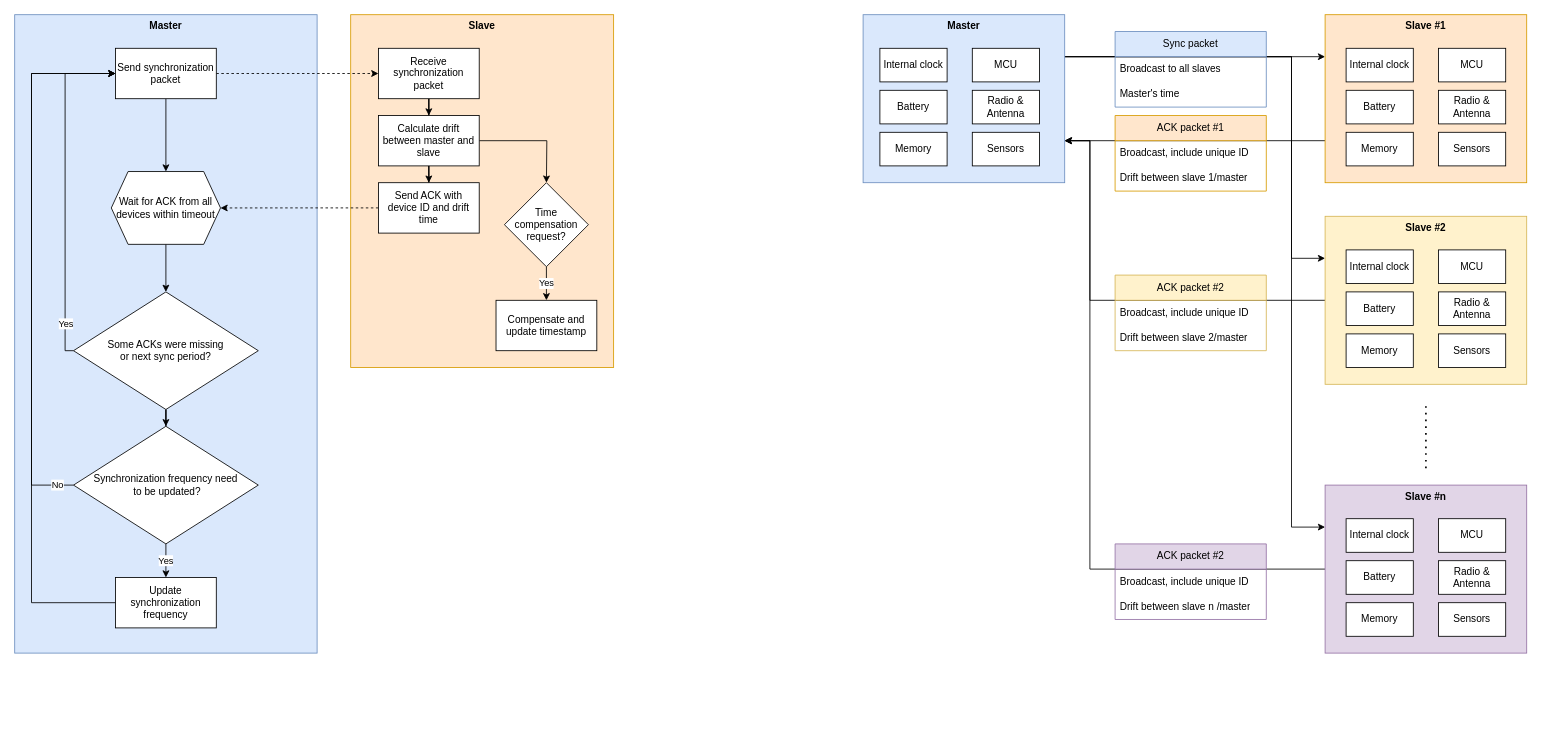
Above: Sync_Flowchart.drawio in marsukhongduoi/drawio_files (draw.io), before the change. Source tidied: cells renumbered, new cells numbered last; positions are measured from the earlier drawing's top-left corner, leaving out a move shared by most shapes. Both pictures are drawn from the tidied source at 84%, with x=0, y=0 at pixel (14, 14).
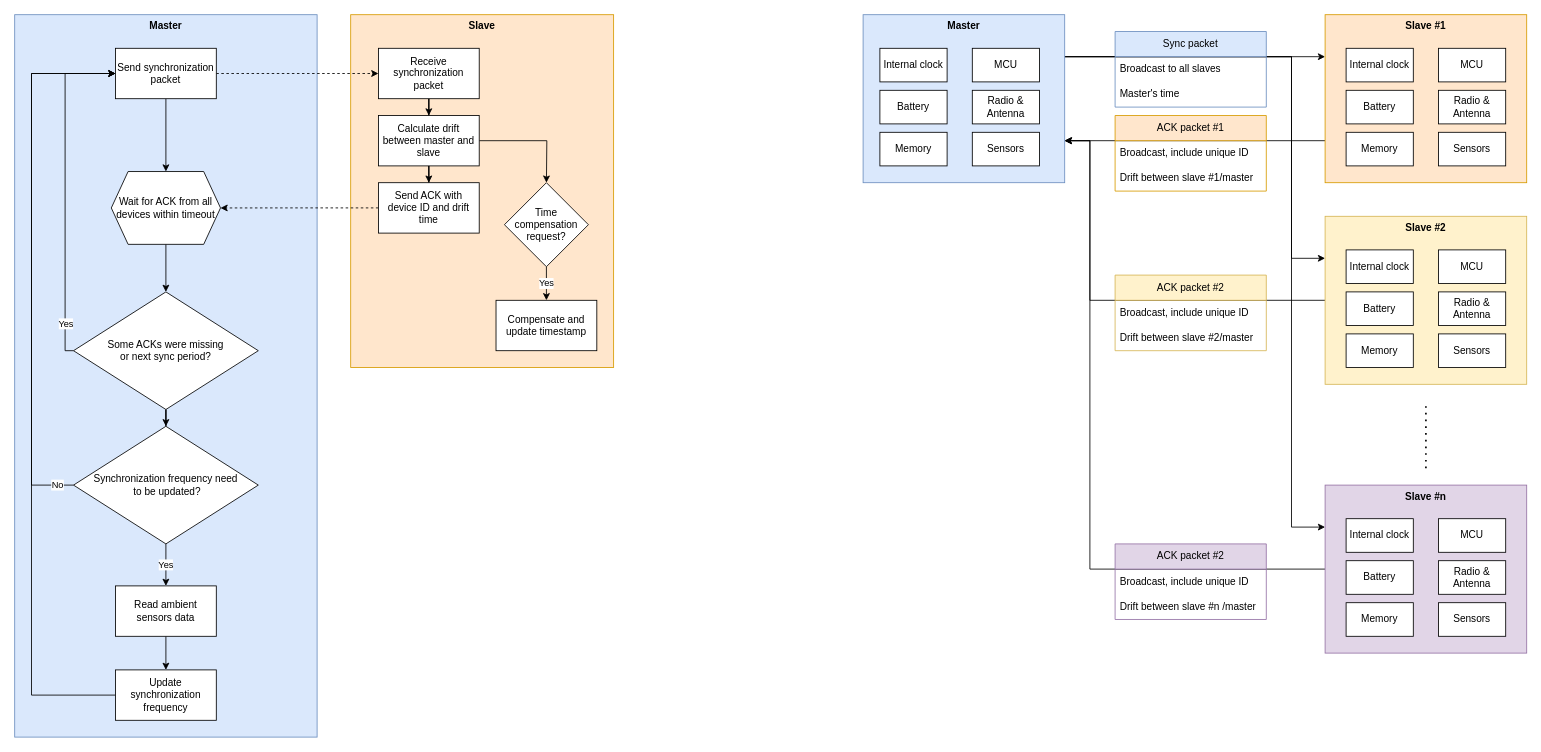
The same diagram, later.

Unchanged cells that the change refers to:
```xml
<mxCell id="13" value="ACK packet #1" style="swimlane;fontStyle=0;horizontal=1;startSize=30;whiteSpace=wrap;html=1;fillColor=#ffe6cc;strokeColor=#d79b00;" parent="1" vertex="1">
  <mxGeometry x="1310" y="120" width="180" height="90" as="geometry" />
</mxCell>
<mxCell id="18" value="Send synchronization packet" style="rounded=0;whiteSpace=wrap;html=1;" parent="1" vertex="1">
  <mxGeometry x="120" y="40" width="120" height="60" as="geometry" />
</mxCell>
<mxCell id="46" value="ACK packet #2" style="swimlane;fontStyle=0;horizontal=1;startSize=30;whiteSpace=wrap;html=1;fillColor=#fff2cc;strokeColor=#d6b656;" parent="1" vertex="1">
  <mxGeometry x="1310" y="310" width="180" height="90" as="geometry" />
</mxCell>
<mxCell id="64" value="ACK packet #2" style="swimlane;fontStyle=0;horizontal=1;startSize=30;whiteSpace=wrap;html=1;fillColor=#e1d5e7;strokeColor=#9673a6;" parent="1" vertex="1">
  <mxGeometry x="1310" y="630" width="180" height="90" as="geometry" />
</mxCell>
<mxCell id="72" value="Synchronization frequency need&lt;div&gt;&amp;nbsp;to be updated?&lt;/div&gt;" style="rhombus;whiteSpace=wrap;html=1;rounded=0;" parent="1" vertex="1">
  <mxGeometry x="70" y="490" width="220" height="140" as="geometry" />
</mxCell>
```

The edit, as a diff of the source:
```diff
@@
     <mxCell id="2" value="Master" style="rounded=0;whiteSpace=wrap;html=1;fillColor=#dae8fc;verticalAlign=top;fontStyle=1;strokeColor=#6c8ebf;" parent="1" vertex="1">
-      <mxGeometry width="360" height="760" as="geometry" />
+      <mxGeometry width="360" height="860" as="geometry" />
     </mxCell>
@@
-    <mxCell id="15" value="Drift between slave 1/master" style="text;strokeColor=none;fillColor=none;align=left;verticalAlign=middle;spacingLeft=4;spacingRight=4;overflow=hidden;whiteSpace=wrap;html=1;" parent="13" vertex="1">
+    <mxCell id="15" value="Drift between slave #1/master" style="text;strokeColor=none;fillColor=none;align=left;verticalAlign=middle;spacingLeft=4;spacingRight=4;overflow=hidden;whiteSpace=wrap;html=1;" parent="13" vertex="1">
       <mxGeometry y="60" width="180" height="30" as="geometry" />
     </mxCell>
@@
-    <mxCell id="48" value="Drift between slave 2/master" style="text;strokeColor=none;fillColor=none;align=left;verticalAlign=middle;spacingLeft=4;spacingRight=4;overflow=hidden;whiteSpace=wrap;html=1;" parent="46" vertex="1">
+    <mxCell id="48" value="Drift between slave #2/master" style="text;strokeColor=none;fillColor=none;align=left;verticalAlign=middle;spacingLeft=4;spacingRight=4;overflow=hidden;whiteSpace=wrap;html=1;" parent="46" vertex="1">
       <mxGeometry y="60" width="180" height="30" as="geometry" />
     </mxCell>
@@
-    <mxCell id="66" value="Drift between slave n /master" style="text;strokeColor=none;fillColor=none;align=left;verticalAlign=middle;spacingLeft=4;spacingRight=4;overflow=hidden;whiteSpace=wrap;html=1;" parent="64" vertex="1">
+    <mxCell id="66" value="Drift between slave #n /master" style="text;strokeColor=none;fillColor=none;align=left;verticalAlign=middle;spacingLeft=4;spacingRight=4;overflow=hidden;whiteSpace=wrap;html=1;" parent="64" vertex="1">
       <mxGeometry y="60" width="180" height="30" as="geometry" />
     </mxCell>
@@
-    <mxCell id="70" value="Yes" style="edgeStyle=orthogonalEdgeStyle;rounded=0;jettySize=auto;html=1;" parent="1" edge="1" source="72" target="74">
+    <mxCell id="70" value="Yes" style="edgeStyle=orthogonalEdgeStyle;rounded=0;jettySize=auto;html=1;entryX=0.5;entryY=0;entryDx=0;entryDy=0;" parent="1" edge="1" source="72" target="76">
       <mxGeometry relative="1" as="geometry" />
     </mxCell>
@@
     <mxCell id="73" style="edgeStyle=orthogonalEdgeStyle;rounded=0;jettySize=auto;html=1;exitX=0;exitY=0.5;exitDx=0;exitDy=0;entryX=0;entryY=0.5;entryDx=0;entryDy=0;" parent="1" edge="1" source="74" target="18">
       <mxGeometry relative="1" as="geometry">
         <Array as="points">
-          <mxPoint x="20" y="700" />
+          <mxPoint x="20" y="810" />
           <mxPoint x="20" y="70" />
         </Array>
       </mxGeometry>
     </mxCell>
     <mxCell id="74" value="Update synchronization frequency" style="whiteSpace=wrap;html=1;rounded=0;" parent="1" vertex="1">
-      <mxGeometry x="120" y="670" width="120" height="60" as="geometry" />
+      <mxGeometry x="120" y="780" width="120" height="60" as="geometry" />
     </mxCell>
+    <mxCell id="75" style="edgeStyle=orthogonalEdgeStyle;rounded=0;jettySize=auto;html=1;exitX=0.5;exitY=1;exitDx=0;exitDy=0;entryX=0.5;entryY=0;entryDx=0;entryDy=0;" parent="1" edge="1" source="76" target="74">
+      <mxGeometry relative="1" as="geometry" />
+    </mxCell>
+    <mxCell id="76" value="Read ambient sensors data" style="rounded=0;whiteSpace=wrap;html=1;" parent="1" vertex="1">
+      <mxGeometry x="120" y="680" width="120" height="60" as="geometry" />
+    </mxCell>
```
